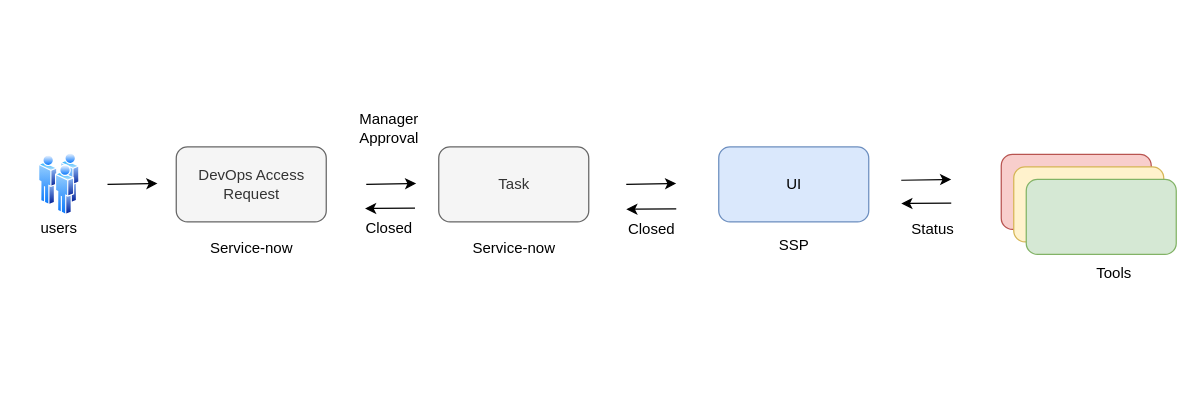
This is ServicenowToSSpFlow.drawio from Sudh33r/drawio, a draw.io file, before an edit. Source tidied: cells renumbered, new cells numbered last; positions are measured from the earlier drawing's top-left corner, leaving out a move shared by most shapes. Both pictures are drawn from the tidied source at 125%, with x=0, y=0 at pixel (21, 109).
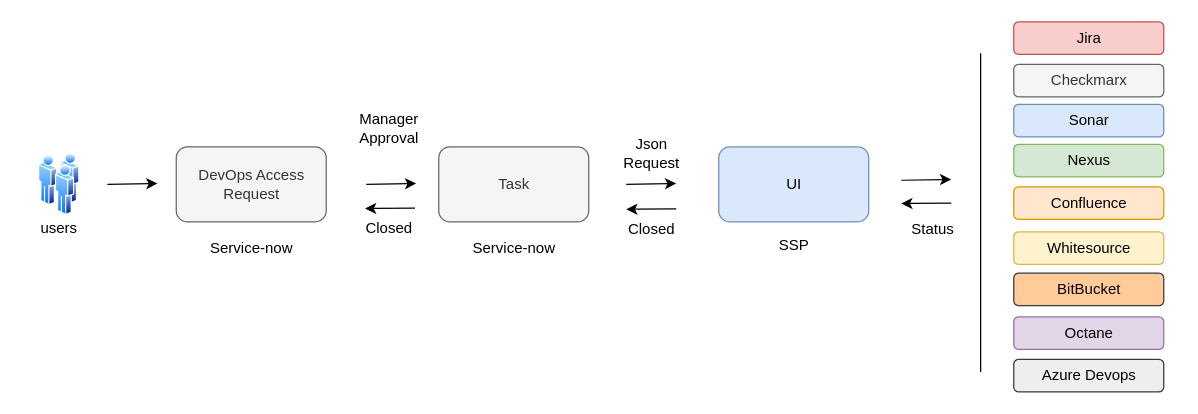
The same page after the edit.

Diff of the diagram source:
```diff
@@
-    <mxCell id="14" style="rounded=1;whiteSpace=wrap;html=1;fontFamily=Helvetica;fontSize=12;align=center;strokeColor=#b85450;fillColor=#f8cecc;" parent="1" vertex="1">
-      <mxGeometry x="783.5" y="36" width="120" height="60" as="geometry" />
+    <mxCell id="14" value="Jira" style="rounded=1;whiteSpace=wrap;html=1;fontFamily=Helvetica;fontSize=12;align=center;strokeColor=#b85450;fillColor=#f8cecc;" parent="1" vertex="1">
+      <mxGeometry x="793.5" y="-70" width="120" height="26" as="geometry" />
     </mxCell>
-    <mxCell id="15" style="rounded=1;whiteSpace=wrap;html=1;fontFamily=Helvetica;fontSize=12;fontColor=default;align=center;strokeColor=#d6b656;fillColor=#fff2cc;" parent="1" vertex="1">
-      <mxGeometry x="793.5" y="46" width="120" height="60" as="geometry" />
-    </mxCell>
-    <mxCell id="16" style="rounded=1;whiteSpace=wrap;html=1;fontFamily=Helvetica;fontSize=12;align=center;strokeColor=#82b366;fillColor=#d5e8d4;" parent="1" vertex="1">
-      <mxGeometry x="803.5" y="56" width="120" height="60" as="geometry" />
-    </mxCell>
-    <mxCell id="17" value="Tools" style="text;html=1;strokeColor=none;fillColor=none;align=center;verticalAlign=middle;whiteSpace=wrap;rounded=0;" parent="1" vertex="1">
-      <mxGeometry x="843.5" y="116" width="60" height="30" as="geometry" />
-    </mxCell>
@@
+    <mxCell id="25" value="Checkmarx" style="rounded=1;whiteSpace=wrap;html=1;fontFamily=Helvetica;fontSize=12;align=center;strokeColor=#666666;fillColor=#f5f5f5;fontColor=#333333;" parent="1" vertex="1">
+      <mxGeometry x="793.5" y="-36" width="120" height="26" as="geometry" />
+    </mxCell>
+    <mxCell id="26" value="Sonar" style="rounded=1;whiteSpace=wrap;html=1;fontFamily=Helvetica;fontSize=12;align=center;strokeColor=#6c8ebf;fillColor=#dae8fc;" parent="1" vertex="1">
+      <mxGeometry x="793.5" y="-4" width="120" height="26" as="geometry" />
+    </mxCell>
+    <mxCell id="27" value="Nexus" style="rounded=1;whiteSpace=wrap;html=1;fontFamily=Helvetica;fontSize=12;align=center;strokeColor=#82b366;fillColor=#d5e8d4;" parent="1" vertex="1">
+      <mxGeometry x="793.5" y="28" width="120" height="26" as="geometry" />
+    </mxCell>
+    <mxCell id="28" value="Confluence" style="rounded=1;whiteSpace=wrap;html=1;fontFamily=Helvetica;fontSize=12;align=center;strokeColor=#d79b00;fillColor=#ffe6cc;" parent="1" vertex="1">
+      <mxGeometry x="793.5" y="62" width="120" height="26" as="geometry" />
+    </mxCell>
+    <mxCell id="29" value="Whitesource" style="rounded=1;whiteSpace=wrap;html=1;fontFamily=Helvetica;fontSize=12;align=center;strokeColor=#d6b656;fillColor=#fff2cc;" parent="1" vertex="1">
+      <mxGeometry x="793.5" y="98" width="120" height="26" as="geometry" />
+    </mxCell>
+    <mxCell id="30" value="BitBucket" style="rounded=1;whiteSpace=wrap;html=1;fontFamily=Helvetica;fontSize=12;align=center;strokeColor=#36393d;fillColor=#ffcc99;" parent="1" vertex="1">
+      <mxGeometry x="793.5" y="131" width="120" height="26" as="geometry" />
+    </mxCell>
+    <mxCell id="31" value="Octane" style="rounded=1;whiteSpace=wrap;html=1;fontFamily=Helvetica;fontSize=12;align=center;strokeColor=#9673a6;fillColor=#e1d5e7;" parent="1" vertex="1">
+      <mxGeometry x="793.5" y="166" width="120" height="26" as="geometry" />
+    </mxCell>
+    <mxCell id="32" style="endArrow=none;html=1;rounded=0;" parent="1" edge="1">
+      <mxGeometry relative="1" as="geometry">
+        <mxPoint x="767" y="210" as="sourcePoint" />
+        <mxPoint x="767" y="-45" as="targetPoint" />
+      </mxGeometry>
+    </mxCell>
+    <mxCell id="33" value="Azure Devops" style="rounded=1;whiteSpace=wrap;html=1;fontFamily=Helvetica;fontSize=12;align=center;strokeColor=#36393d;fillColor=#eeeeee;" parent="1" vertex="1">
+      <mxGeometry x="793.5" y="200" width="120" height="26" as="geometry" />
+    </mxCell>
+    <mxCell id="34" value="Json Request" style="text;html=1;strokeColor=none;fillColor=none;align=center;verticalAlign=middle;whiteSpace=wrap;rounded=0;" parent="1" vertex="1">
+      <mxGeometry x="473.5" y="20" width="60" height="30" as="geometry" />
+    </mxCell>
```
